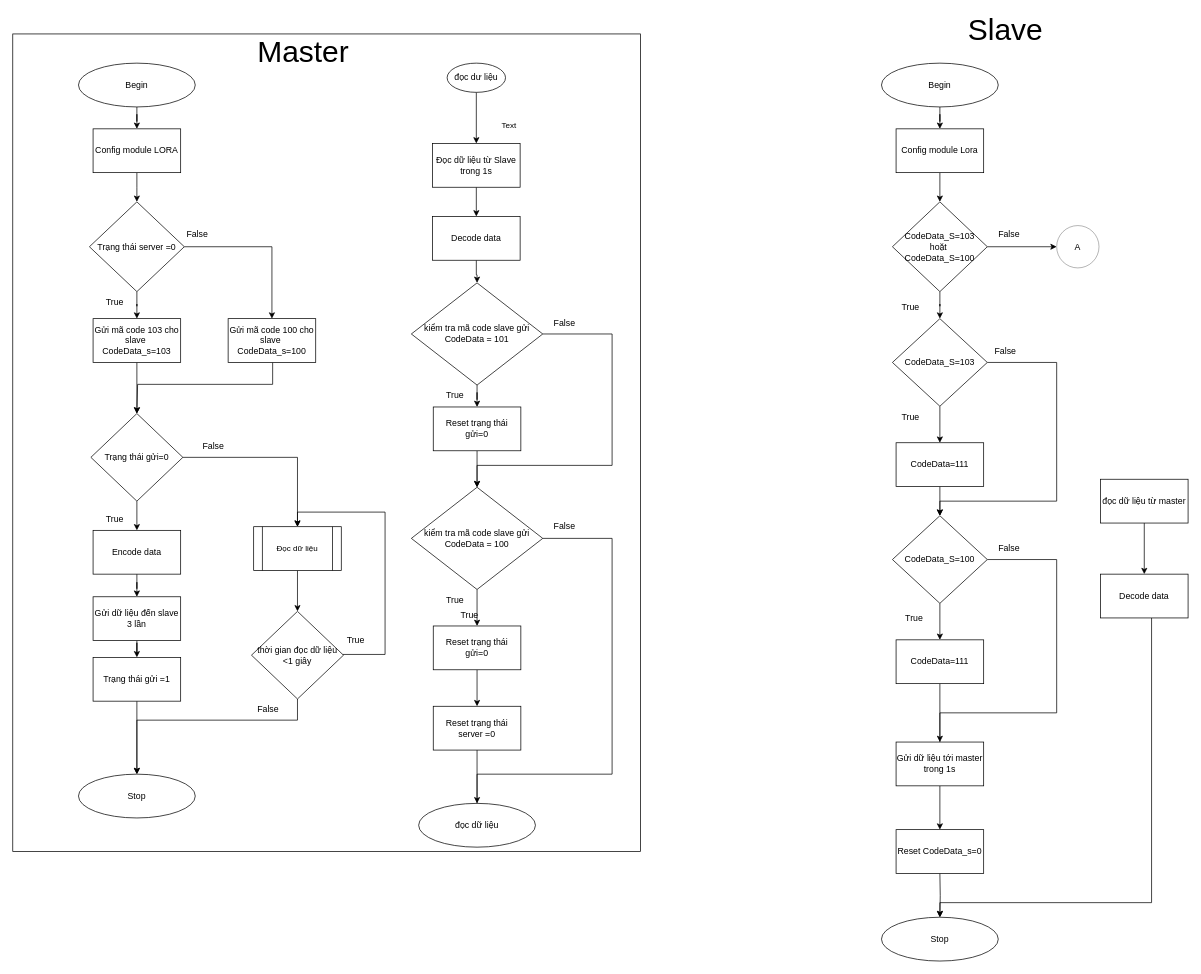
This is page "Page-1" (1 of 2) of src/Report/Diagrams Gateway.drawio from khanhnq1406/IoT-Data-Collection, a draw.io file, before an edit. Source tidied: cells renumbered, new cells numbered last; positions are measured from the earlier drawing's top-left corner, leaving out a move shared by most shapes. Both pictures are drawn from the tidied source at 73%, with x=0, y=0 at pixel (12, 19).
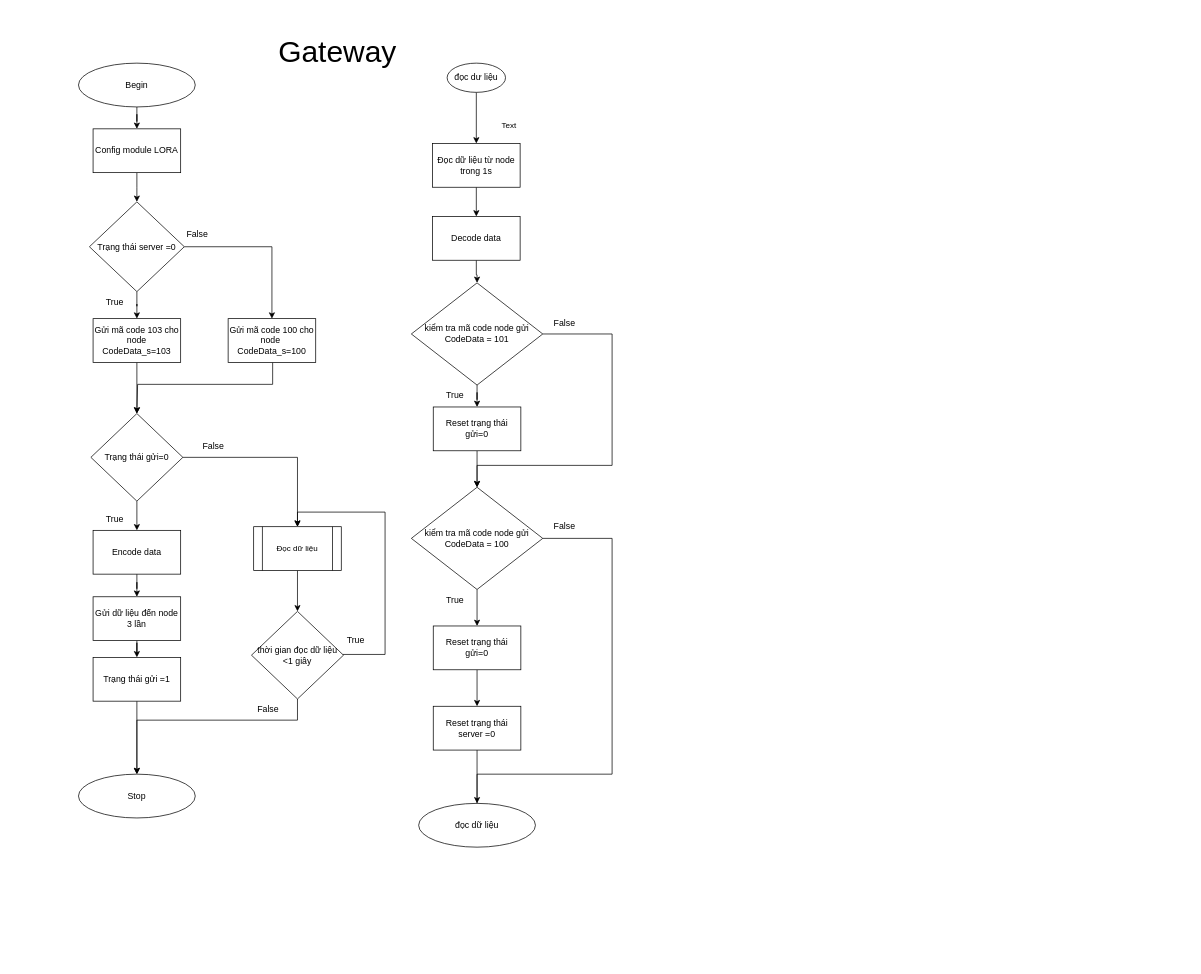
After the change.

Diff of the diagram source:
```diff
@@
-    <mxCell id="2" style="rounded=0;whiteSpace=wrap;html=1;strokeColor=default;fontFamily=Helvetica;fontSize=41;fontColor=default;fillColor=none;" parent="1" vertex="1">
-      <mxGeometry y="20" width="860" height="1120" as="geometry" />
-    </mxCell>
@@
-    <mxCell id="11" value="Gửi mã code 103 cho slave&amp;nbsp;&lt;br&gt;CodeData_s=103" style="whiteSpace=wrap;html=1;" parent="1" vertex="1">
+    <mxCell id="11" value="Gửi mã code 103 cho node&lt;br&gt;CodeData_s=103" style="whiteSpace=wrap;html=1;" parent="1" vertex="1">
       <mxGeometry x="110" y="410" width="120" height="60" as="geometry" />
     </mxCell>
@@
-    <mxCell id="13" value="Gửi mã code 100 cho slave&amp;nbsp;&lt;br&gt;CodeData_s=100" style="whiteSpace=wrap;html=1;" parent="1" vertex="1">
+    <mxCell id="13" value="Gửi mã code 100 cho node&amp;nbsp;&lt;br&gt;CodeData_s=100" style="whiteSpace=wrap;html=1;" parent="1" vertex="1">
       <mxGeometry x="295" y="410" width="120" height="60" as="geometry" />
     </mxCell>
@@
-    <mxCell id="26" value="Đọc dữ liệu từ Slave&lt;br&gt;trong 1s" style="whiteSpace=wrap;html=1;" parent="1" vertex="1">
+    <mxCell id="26" value="Đọc dữ liệu từ node&lt;br&gt;trong 1s" style="whiteSpace=wrap;html=1;" parent="1" vertex="1">
       <mxGeometry x="575" y="170" width="120" height="60" as="geometry" />
     </mxCell>
@@
-    <mxCell id="29" value="kiểm tra mã code slave gửi&lt;br&gt;CodeData = 101" style="rhombus;whiteSpace=wrap;html=1;" parent="1" vertex="1">
+    <mxCell id="29" value="kiểm tra mã code node gửi&lt;br&gt;CodeData = 101" style="rhombus;whiteSpace=wrap;html=1;" parent="1" vertex="1">
       <mxGeometry x="546" y="361" width="180" height="140" as="geometry" />
     </mxCell>
@@
-    <mxCell id="34" value="kiểm tra mã code slave gửi&lt;br style=&quot;border-color: var(--border-color);&quot;&gt;CodeData = 100" style="rhombus;whiteSpace=wrap;html=1;" parent="1" vertex="1">
+    <mxCell id="34" value="kiểm tra mã code node gửi&lt;br style=&quot;border-color: var(--border-color);&quot;&gt;CodeData = 100" style="rhombus;whiteSpace=wrap;html=1;" parent="1" vertex="1">
       <mxGeometry x="546" y="641" width="180" height="140" as="geometry" />
     </mxCell>
@@
-    <mxCell id="48" value="&lt;font style=&quot;font-size: 41px;&quot;&gt;Master&lt;/font&gt;" style="text;html=1;strokeColor=none;fillColor=none;align=center;verticalAlign=middle;whiteSpace=wrap;rounded=0;fontFamily=Helvetica;fontSize=11;fontColor=default;" parent="1" vertex="1">
-      <mxGeometry x="343" y="30" width="110" height="30" as="geometry" />
+    <mxCell id="48" value="&lt;span style=&quot;font-size: 41px;&quot;&gt;Gateway&lt;/span&gt;" style="text;html=1;strokeColor=none;fillColor=none;align=center;verticalAlign=middle;whiteSpace=wrap;rounded=0;fontFamily=Helvetica;fontSize=11;fontColor=default;" parent="1" vertex="1">
+      <mxGeometry x="390" y="30" width="110" height="30" as="geometry" />
     </mxCell>
-    <mxCell id="49" style="edgeStyle=orthogonalEdgeStyle;rounded=0;jettySize=auto;html=1;fontFamily=Helvetica;fontSize=41;fontColor=default;" parent="1" edge="1" source="50" target="52">
-      <mxGeometry relative="1" as="geometry" />
-    </mxCell>
-    <mxCell id="50" value="Begin" style="ellipse;whiteSpace=wrap;html=1;" parent="1" vertex="1">
-      <mxGeometry x="1190" y="60" width="160" height="60" as="geometry" />
-    </mxCell>
-    <mxCell id="51" style="edgeStyle=orthogonalEdgeStyle;rounded=0;jettySize=auto;html=1;fontFamily=Helvetica;fontSize=41;fontColor=default;" parent="1" edge="1" source="52" target="55">
-      <mxGeometry relative="1" as="geometry" />
-    </mxCell>
-    <mxCell id="52" value="Config module Lora" style="whiteSpace=wrap;html=1;" parent="1" vertex="1">
-      <mxGeometry x="1210" y="150" width="120" height="60" as="geometry" />
-    </mxCell>
-    <mxCell id="53" style="edgeStyle=orthogonalEdgeStyle;rounded=0;jettySize=auto;html=1;fontFamily=Helvetica;fontSize=41;fontColor=default;" parent="1" edge="1" source="55" target="58">
-      <mxGeometry relative="1" as="geometry" />
-    </mxCell>
-    <mxCell id="54" style="edgeStyle=orthogonalEdgeStyle;rounded=0;jettySize=auto;html=1;" parent="1" edge="1" source="55" target="94">
-      <mxGeometry relative="1" as="geometry" />
-    </mxCell>
-    <mxCell id="55" value="CodeData_S=103&lt;br&gt;hoặt&amp;nbsp;&lt;br&gt;CodeData_S=100" style="rhombus;whiteSpace=wrap;html=1;" parent="1" vertex="1">
-      <mxGeometry x="1205" y="250" width="130" height="123" as="geometry" />
-    </mxCell>
-    <mxCell id="56" style="edgeStyle=orthogonalEdgeStyle;rounded=0;jettySize=auto;html=1;fontFamily=Helvetica;fontSize=41;fontColor=default;" parent="1" edge="1" source="58" target="60">
-      <mxGeometry relative="1" as="geometry" />
-    </mxCell>
-    <mxCell id="57" style="edgeStyle=orthogonalEdgeStyle;rounded=0;jettySize=auto;html=1;fontFamily=Helvetica;fontSize=41;fontColor=default;entryX=0.5;entryY=0;entryDx=0;entryDy=0;" parent="1" edge="1" source="58" target="63">
-      <mxGeometry relative="1" as="geometry">
-        <Array as="points">
-          <mxPoint x="1430" y="470" />
-          <mxPoint x="1430" y="660" />
-          <mxPoint x="1270" y="660" />
-        </Array>
-      </mxGeometry>
-    </mxCell>
-    <mxCell id="58" value="CodeData_S=103" style="rhombus;whiteSpace=wrap;html=1;" parent="1" vertex="1">
-      <mxGeometry x="1205" y="410" width="130" height="120" as="geometry" />
-    </mxCell>
-    <mxCell id="59" style="edgeStyle=orthogonalEdgeStyle;rounded=0;jettySize=auto;html=1;fontFamily=Helvetica;fontSize=41;fontColor=default;" parent="1" edge="1" source="60" target="63">
-      <mxGeometry relative="1" as="geometry" />
-    </mxCell>
-    <mxCell id="60" value="CodeData=111" style="whiteSpace=wrap;html=1;" parent="1" vertex="1">
-      <mxGeometry x="1210" y="580" width="120" height="60" as="geometry" />
-    </mxCell>
-    <mxCell id="61" style="edgeStyle=orthogonalEdgeStyle;rounded=0;jettySize=auto;html=1;fontFamily=Helvetica;fontSize=41;fontColor=default;" parent="1" edge="1" source="63" target="65">
-      <mxGeometry relative="1" as="geometry" />
-    </mxCell>
-    <mxCell id="62" style="edgeStyle=orthogonalEdgeStyle;rounded=0;jettySize=auto;html=1;entryX=1;entryY=0.5;entryDx=0;entryDy=0;fontFamily=Helvetica;fontSize=41;fontColor=default;" parent="1" edge="1" source="63">
-      <mxGeometry relative="1" as="geometry">
-        <mxPoint x="1330" y="1020" as="targetPoint" />
-        <Array as="points">
-          <mxPoint x="1430" y="740" />
-          <mxPoint x="1430" y="950" />
-          <mxPoint x="1270" y="950" />
-          <mxPoint x="1270" y="1020" />
-        </Array>
-      </mxGeometry>
-    </mxCell>
-    <mxCell id="63" value="CodeData_S=100" style="rhombus;whiteSpace=wrap;html=1;" parent="1" vertex="1">
-      <mxGeometry x="1205" y="680" width="130" height="120" as="geometry" />
-    </mxCell>
-    <mxCell id="64" style="edgeStyle=orthogonalEdgeStyle;rounded=0;jettySize=auto;html=1;fontFamily=Helvetica;fontSize=41;fontColor=default;" parent="1" edge="1" source="65">
-      <mxGeometry relative="1" as="geometry">
-        <mxPoint x="1270" y="990" as="targetPoint" />
-      </mxGeometry>
-    </mxCell>
-    <mxCell id="65" value="CodeData=111" style="whiteSpace=wrap;html=1;" parent="1" vertex="1">
-      <mxGeometry x="1210" y="850" width="120" height="60" as="geometry" />
-    </mxCell>
-    <mxCell id="66" style="edgeStyle=orthogonalEdgeStyle;rounded=0;jettySize=auto;html=1;fontFamily=Helvetica;fontSize=41;fontColor=default;" parent="1" edge="1" source="67" target="76">
-      <mxGeometry relative="1" as="geometry" />
-    </mxCell>
-    <mxCell id="67" value="đọc dữ liệu từ master" style="whiteSpace=wrap;html=1;" parent="1" vertex="1">
-      <mxGeometry x="1490" y="630" width="120" height="60" as="geometry" />
-    </mxCell>
-    <mxCell id="68" style="edgeStyle=orthogonalEdgeStyle;rounded=0;jettySize=auto;html=1;fontFamily=Helvetica;fontSize=41;fontColor=default;" parent="1" edge="1" target="69">
-      <mxGeometry relative="1" as="geometry">
-        <mxPoint x="1270" y="1170" as="sourcePoint" />
-      </mxGeometry>
-    </mxCell>
-    <mxCell id="69" value="Stop" style="ellipse;whiteSpace=wrap;html=1;" parent="1" vertex="1">
-      <mxGeometry x="1190" y="1230" width="160" height="60" as="geometry" />
-    </mxCell>
@@
-    <mxCell id="74" value="Gửi dữ liệu đến slave&lt;br&gt;3 lần" style="whiteSpace=wrap;html=1;" parent="1" vertex="1">
+    <mxCell id="74" value="Gửi dữ liệu đến node&lt;br&gt;3 lần" style="whiteSpace=wrap;html=1;" parent="1" vertex="1">
       <mxGeometry x="110" y="791" width="120" height="60" as="geometry" />
     </mxCell>
-    <mxCell id="75" style="edgeStyle=orthogonalEdgeStyle;rounded=0;jettySize=auto;html=1;entryX=0.5;entryY=0;entryDx=0;entryDy=0;fontFamily=Helvetica;fontSize=41;fontColor=default;" parent="1" edge="1" source="76" target="69">
-      <mxGeometry relative="1" as="geometry">
-        <Array as="points">
-          <mxPoint x="1560" y="1210" />
-          <mxPoint x="1270" y="1210" />
-        </Array>
-      </mxGeometry>
-    </mxCell>
-    <mxCell id="76" value="Decode data" style="whiteSpace=wrap;html=1;" parent="1" vertex="1">
-      <mxGeometry x="1490" y="760" width="120" height="60" as="geometry" />
-    </mxCell>
@@
-    <mxCell id="78" value="False" style="text;html=1;strokeColor=none;fillColor=none;align=center;verticalAlign=middle;whiteSpace=wrap;rounded=0;" parent="1" vertex="1">
-      <mxGeometry x="1335" y="280" width="60" height="30" as="geometry" />
-    </mxCell>
-    <mxCell id="79" value="False" style="text;html=1;strokeColor=none;fillColor=none;align=center;verticalAlign=middle;whiteSpace=wrap;rounded=0;" parent="1" vertex="1">
-      <mxGeometry x="1330" y="440" width="60" height="30" as="geometry" />
-    </mxCell>
-    <mxCell id="80" value="False" style="text;html=1;strokeColor=none;fillColor=none;align=center;verticalAlign=middle;whiteSpace=wrap;rounded=0;" parent="1" vertex="1">
-      <mxGeometry x="1335" y="710" width="60" height="30" as="geometry" />
-    </mxCell>
-    <mxCell id="81" value="True" style="text;html=1;strokeColor=none;fillColor=none;align=center;verticalAlign=middle;whiteSpace=wrap;rounded=0;" parent="1" vertex="1">
-      <mxGeometry x="1200" y="380" width="60" height="30" as="geometry" />
-    </mxCell>
-    <mxCell id="82" value="True" style="text;html=1;strokeColor=none;fillColor=none;align=center;verticalAlign=middle;whiteSpace=wrap;rounded=0;" parent="1" vertex="1">
-      <mxGeometry x="1200" y="531" width="60" height="30" as="geometry" />
-    </mxCell>
-    <mxCell id="83" value="True" style="text;html=1;strokeColor=none;fillColor=none;align=center;verticalAlign=middle;whiteSpace=wrap;rounded=0;" parent="1" vertex="1">
-      <mxGeometry x="1205" y="806" width="60" height="30" as="geometry" />
-    </mxCell>
-    <mxCell id="84" value="&lt;font style=&quot;font-size: 41px;&quot;&gt;Slave&lt;/font&gt;" style="text;html=1;strokeColor=none;fillColor=none;align=center;verticalAlign=middle;whiteSpace=wrap;rounded=0;fontFamily=Helvetica;fontSize=11;fontColor=default;" parent="1" vertex="1">
-      <mxGeometry x="1305" width="110" height="30" as="geometry" />
-    </mxCell>
@@
-    <mxCell id="89" value="True" style="text;html=1;strokeColor=none;fillColor=none;align=center;verticalAlign=middle;whiteSpace=wrap;rounded=0;" parent="1" vertex="1">
-      <mxGeometry x="596" y="801" width="60" height="30" as="geometry" />
-    </mxCell>
@@
-    <mxCell id="91" style="edgeStyle=orthogonalEdgeStyle;rounded=0;jettySize=auto;html=1;fontFamily=Helvetica;fontSize=41;fontColor=default;" parent="1" edge="1" source="92" target="93">
-      <mxGeometry relative="1" as="geometry" />
-    </mxCell>
-    <mxCell id="92" value="Gửi dữ liệu tới master trong 1s" style="whiteSpace=wrap;html=1;" parent="1" vertex="1">
-      <mxGeometry x="1210" y="990" width="120" height="60" as="geometry" />
-    </mxCell>
-    <mxCell id="93" value="Reset CodeData_s=0" style="whiteSpace=wrap;html=1;" parent="1" vertex="1">
-      <mxGeometry x="1210" y="1110" width="120" height="60" as="geometry" />
-    </mxCell>
-    <mxCell id="94" value="A" style="ellipse;whiteSpace=wrap;html=1;opacity=40;" parent="1" vertex="1">
-      <mxGeometry x="1430" y="282.5" width="58" height="58" as="geometry" />
-    </mxCell>
```
